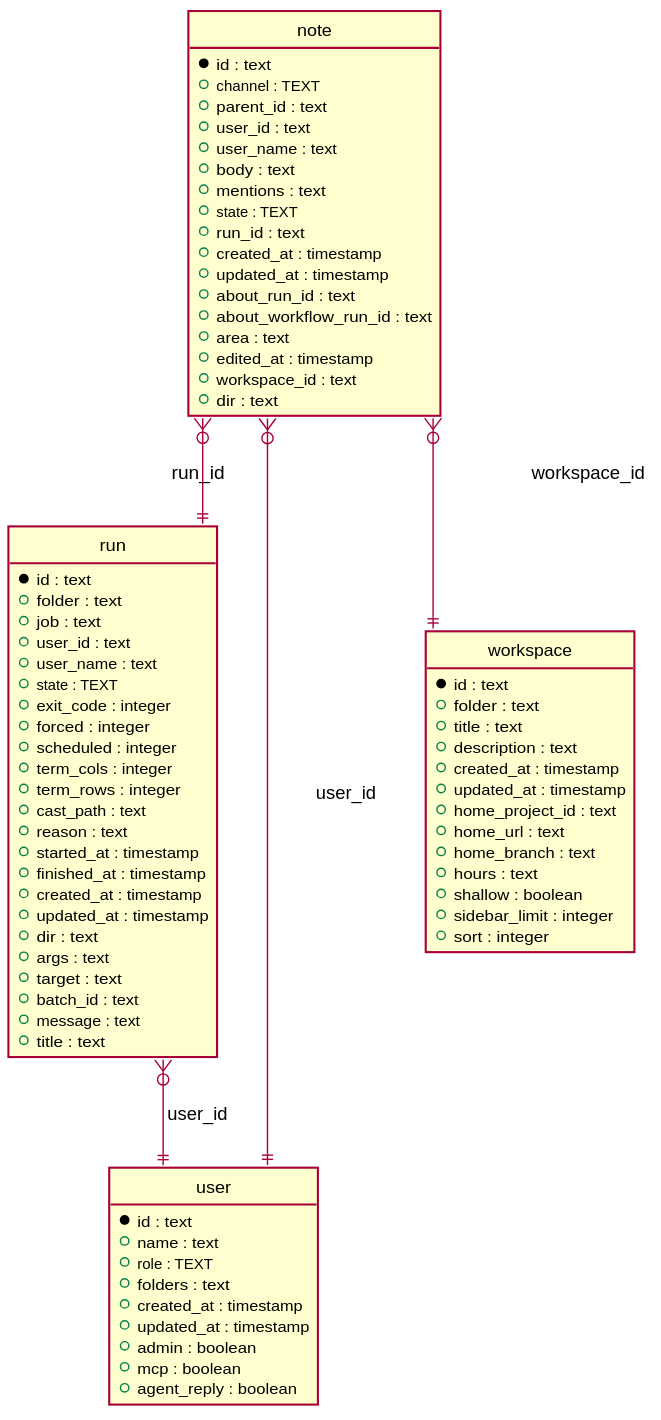
Earlier version of the PlantUML export phpfront/app/modules/inventory/schema.svg (titpetric/task-ui).
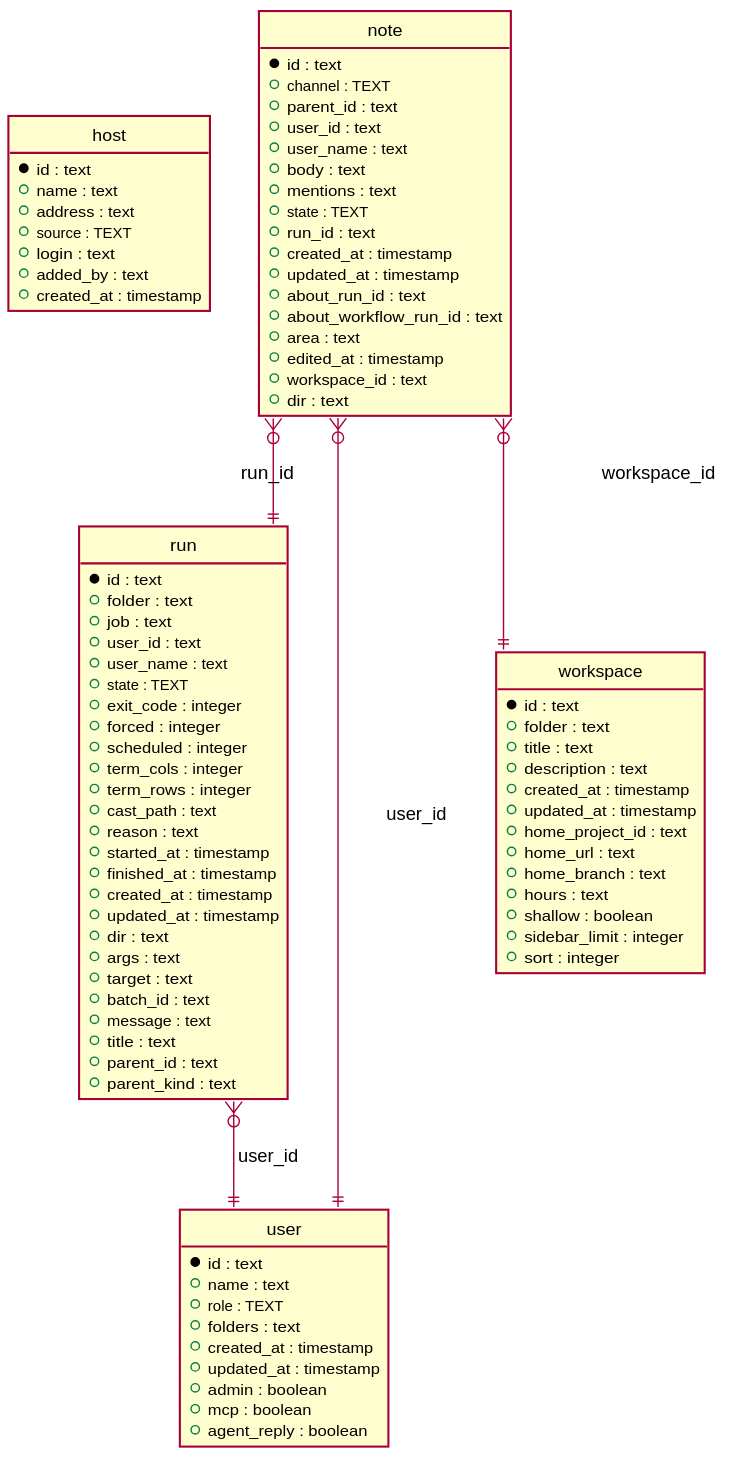
Later version of the same file.

What changed in the source:
```diff
@@ -4,6 +4,16 @@
 skinparam linetype ortho
 skinparam shadowing false
 skinparam backgroundColor transparent
+entity "host" {
+  * id : text
+  + name : text
+  + address : text
+  + source : TEXT
+  + login : text
+  + added_by : text
+  + created_at : timestamp
+}
+
 entity "note" {
   * id : text
   + channel : TEXT
@@ -48,6 +58,8 @@
   + batch_id : text
   + message : text
   + title : text
+  + parent_id : text
+  + parent_kind : text
 }
 
 entity "user" {
```
